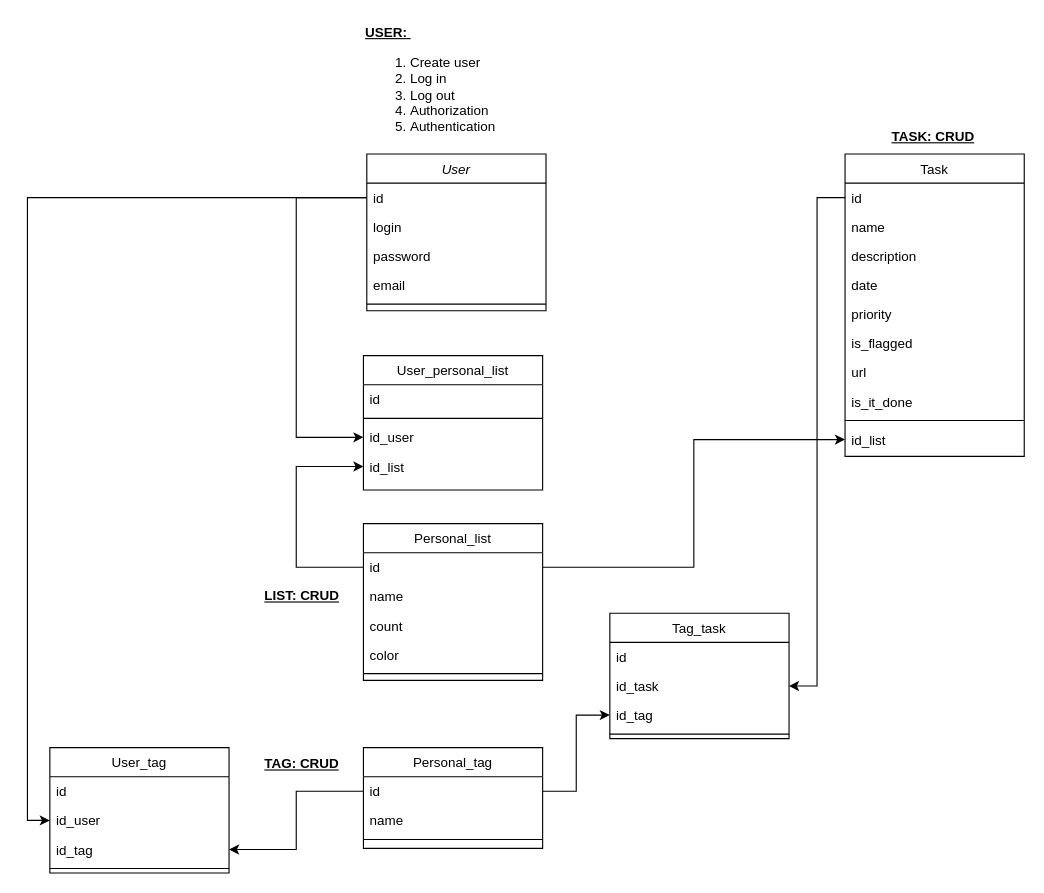
Before: laravel-api.drawio in azzimandias/tasker-laravel-api, a draw.io diagram. Source tidied: cells renumbered, new cells numbered last; positions are measured from the earlier drawing's top-left corner, leaving out a move shared by most shapes. Both pictures are drawn from the tidied source at 112%, with x=0, y=0 at pixel (49, 19).
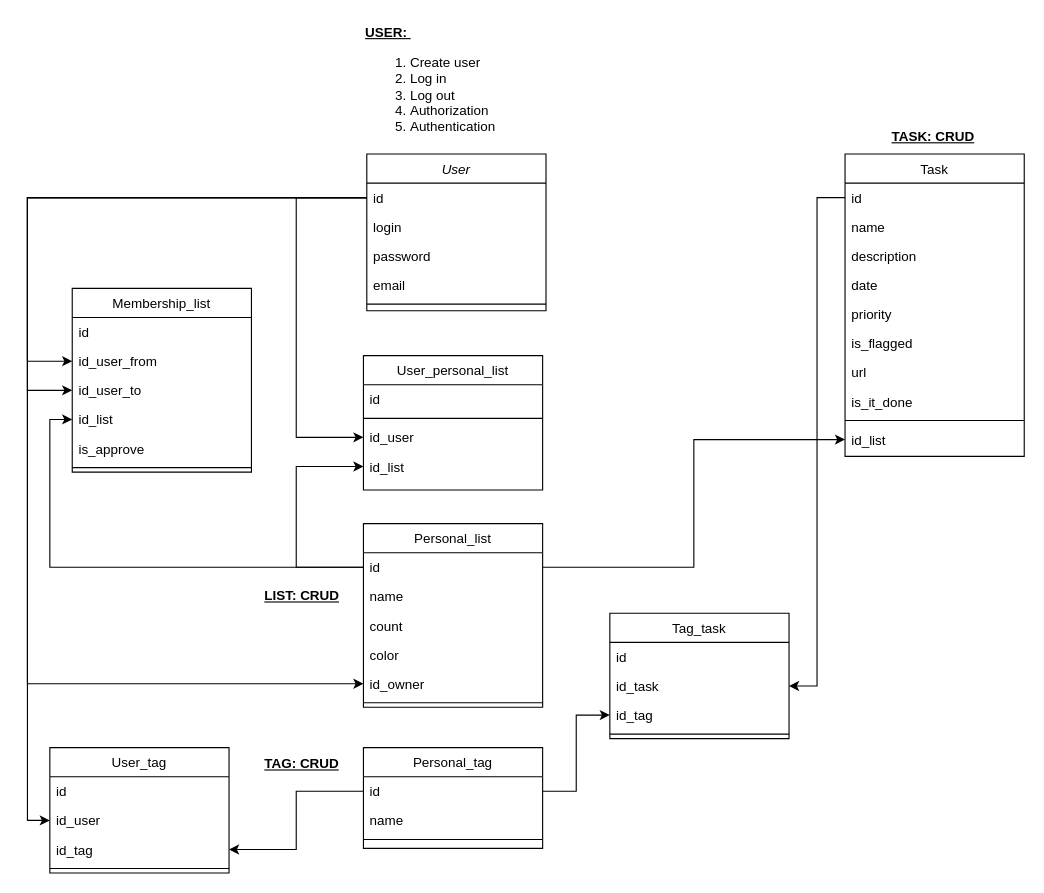
The same page after the edit.

Commit message:
come up with a membership list

The change refers to these unchanged cells:
```xml
<mxCell id="3" value="id" style="text;align=left;verticalAlign=top;spacingLeft=4;spacingRight=4;overflow=hidden;points=[[0,0.5],[1,0.5]];portConstraint=eastwest;" parent="2" vertex="1">
  <mxGeometry y="26" width="160" height="26" as="geometry" />
</mxCell>
<mxCell id="13" value="id" style="text;align=left;verticalAlign=top;spacingLeft=4;spacingRight=4;overflow=hidden;points=[[0,0.5],[1,0.5]];portConstraint=eastwest;" parent="12" vertex="1">
  <mxGeometry y="26" width="160" height="26" as="geometry" />
</mxCell>
```

The edit, as a diff of the source:
```diff
@@
     <mxCell id="12" value="Personal_list" style="swimlane;fontStyle=0;align=center;verticalAlign=top;horizontal=1;startSize=26;rounded=0;shadow=0;strokeWidth=1;" parent="1" vertex="1">
-      <mxGeometry x="280" y="450" width="160" height="140" as="geometry" />
+      <mxGeometry x="280" y="450" width="160" height="164" as="geometry" />
     </mxCell>
@@
+    <mxCell id="55" value="id_owner" style="text;align=left;verticalAlign=top;spacingLeft=4;spacingRight=4;overflow=hidden;points=[[0,0.5],[1,0.5]];portConstraint=eastwest;" parent="12" vertex="1">
+      <mxGeometry y="130" width="160" height="26" as="geometry" />
+    </mxCell>
     <mxCell id="17" style="line;html=1;strokeWidth=1;align=left;verticalAlign=middle;spacingTop=-1;spacingLeft=3;spacingRight=3;labelPosition=right;" parent="12" vertex="1">
-      <mxGeometry y="130" width="160" height="8" as="geometry" />
+      <mxGeometry y="156" width="160" height="8" as="geometry" />
     </mxCell>
@@
+    <mxCell id="56" value="Membership_list" style="swimlane;fontStyle=0;align=center;verticalAlign=top;horizontal=1;startSize=26;rounded=0;shadow=0;strokeWidth=1;" parent="1" vertex="1">
+      <mxGeometry x="20" y="240" width="160" height="164" as="geometry" />
+    </mxCell>
+    <mxCell id="57" value="id" style="text;align=left;verticalAlign=top;spacingLeft=4;spacingRight=4;overflow=hidden;" parent="56" vertex="1">
+      <mxGeometry y="26" width="160" height="26" as="geometry" />
+    </mxCell>
+    <mxCell id="58" value="id_user_from" style="text;align=left;verticalAlign=top;spacingLeft=4;spacingRight=4;overflow=hidden;points=[[0,0.5],[1,0.5]];portConstraint=eastwest;rounded=0;shadow=0;html=0;" parent="56" vertex="1">
+      <mxGeometry y="52" width="160" height="26" as="geometry" />
+    </mxCell>
+    <mxCell id="59" value="id_user_to" style="text;align=left;verticalAlign=top;spacingLeft=4;spacingRight=4;overflow=hidden;points=[[0,0.5],[1,0.5]];portConstraint=eastwest;rounded=0;shadow=0;html=0;" parent="56" vertex="1">
+      <mxGeometry y="78" width="160" height="26" as="geometry" />
+    </mxCell>
+    <mxCell id="60" value="id_list" style="text;align=left;verticalAlign=top;spacingLeft=4;spacingRight=4;overflow=hidden;points=[[0,0.5],[1,0.5]];portConstraint=eastwest;rounded=0;shadow=0;html=0;" parent="56" vertex="1">
+      <mxGeometry y="104" width="160" height="26" as="geometry" />
+    </mxCell>
+    <mxCell id="61" value="is_approve" style="text;align=left;verticalAlign=top;spacingLeft=4;spacingRight=4;overflow=hidden;rounded=0;shadow=0;html=0;" parent="56" vertex="1">
+      <mxGeometry y="130" width="160" height="26" as="geometry" />
+    </mxCell>
+    <mxCell id="62" style="line;html=1;strokeWidth=1;align=left;verticalAlign=middle;spacingTop=-1;spacingLeft=3;spacingRight=3;labelPosition=right;" parent="56" vertex="1">
+      <mxGeometry y="156" width="160" height="8" as="geometry" />
+    </mxCell>
+    <mxCell id="63" style="edgeStyle=orthogonalEdgeStyle;rounded=0;jettySize=auto;html=1;exitX=0;exitY=0.5;exitDx=0;exitDy=0;entryX=0;entryY=0.5;entryDx=0;entryDy=0;" parent="1" edge="1" source="3" target="58">
+      <mxGeometry relative="1" as="geometry">
+        <Array as="points">
+          <mxPoint x="-20" y="159" />
+          <mxPoint x="-20" y="305" />
+        </Array>
+      </mxGeometry>
+    </mxCell>
+    <mxCell id="64" style="edgeStyle=orthogonalEdgeStyle;rounded=0;jettySize=auto;html=1;exitX=0;exitY=0.5;exitDx=0;exitDy=0;entryX=0;entryY=0.5;entryDx=0;entryDy=0;" parent="1" edge="1" source="3" target="59">
+      <mxGeometry relative="1" as="geometry">
+        <Array as="points">
+          <mxPoint x="-20" y="159" />
+          <mxPoint x="-20" y="331" />
+        </Array>
+      </mxGeometry>
+    </mxCell>
+    <mxCell id="65" style="edgeStyle=orthogonalEdgeStyle;rounded=0;jettySize=auto;html=1;exitX=0;exitY=0.5;exitDx=0;exitDy=0;entryX=0;entryY=0.5;entryDx=0;entryDy=0;" parent="1" edge="1" source="13" target="60">
+      <mxGeometry relative="1" as="geometry" />
+    </mxCell>
+    <mxCell id="66" style="edgeStyle=orthogonalEdgeStyle;rounded=0;jettySize=auto;html=1;exitX=0;exitY=0.5;exitDx=0;exitDy=0;entryX=0;entryY=0.5;entryDx=0;entryDy=0;" parent="1" edge="1" source="3" target="55">
+      <mxGeometry relative="1" as="geometry">
+        <Array as="points">
+          <mxPoint x="-20" y="159" />
+          <mxPoint x="-20" y="593" />
+        </Array>
+      </mxGeometry>
+    </mxCell>
```
